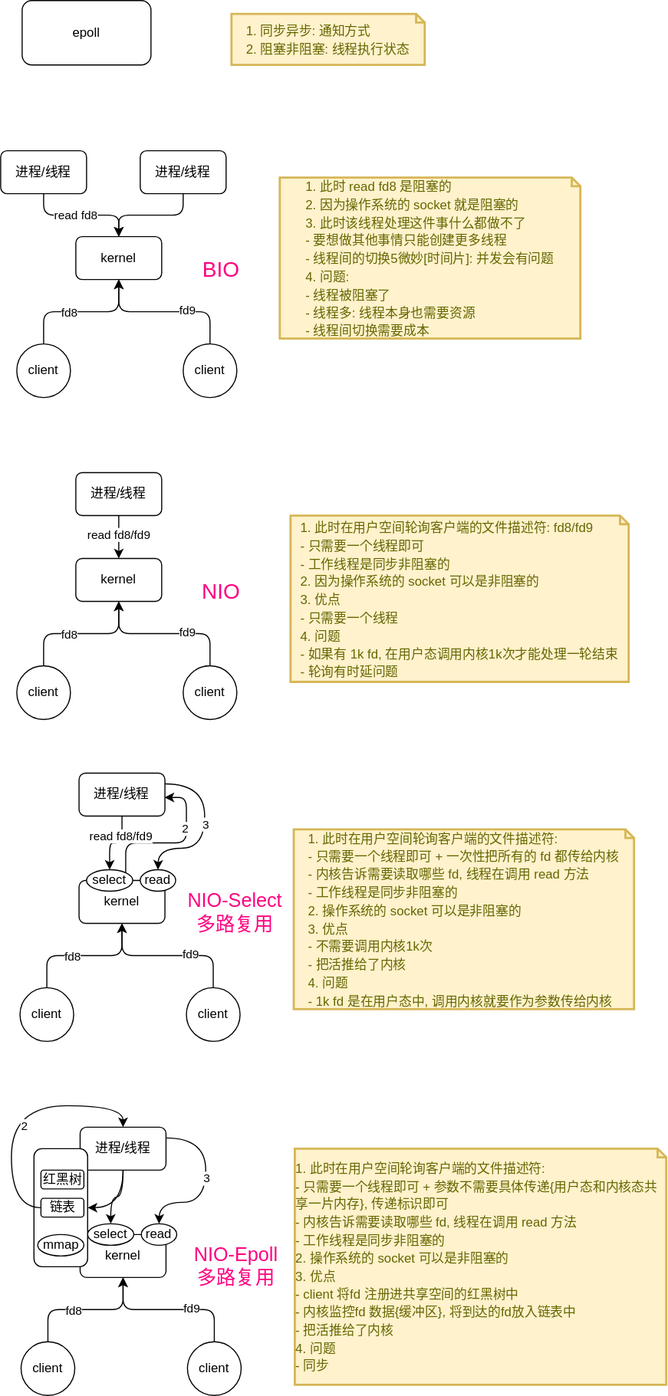
Before: diagrams/common/linux/01.epoll.svg, a diagram exported from draw.io (Alice52/diagrams). Source tidied: cells renumbered, new cells last; positions are measured from the earlier drawing's top-left corner, leaving out a move shared by most shapes.
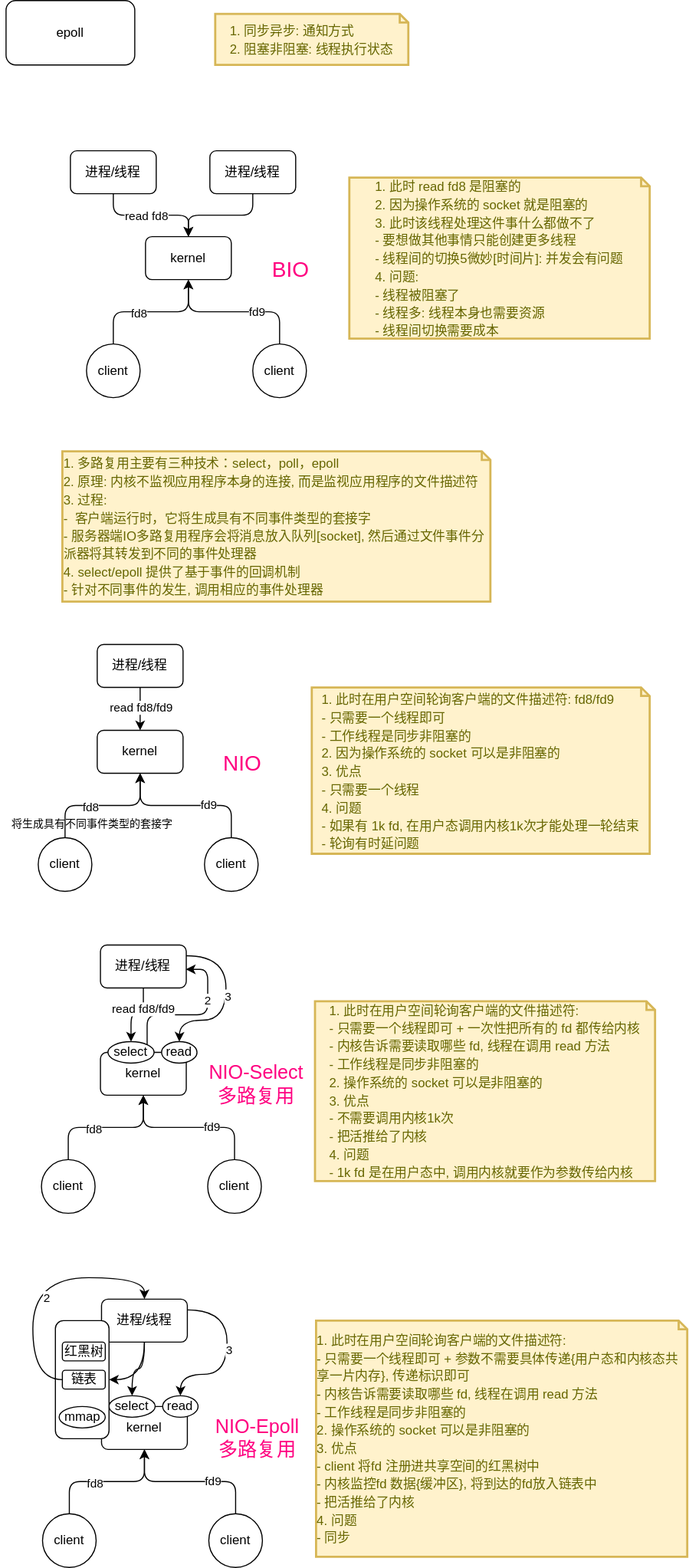
The same file after the commit.

Commit message:
redis: refine epoll & redis duration overview diagram

Change to the diagram source:
```diff
@@ -3,10 +3,10 @@
     <mxCell id="0" />
     <mxCell id="1" parent="0" />
     <mxCell id="2" value="epoll" style="rounded=1;whiteSpace=wrap;html=1;" parent="1" vertex="1">
-      <mxGeometry x="20" width="120" height="60" as="geometry" />
+      <mxGeometry x="-15" y="-160" width="120" height="60" as="geometry" />
     </mxCell>
     <mxCell id="3" style="group;" parent="1" vertex="1">
-      <mxGeometry y="140" width="540" height="230" as="geometry" />
+      <mxGeometry x="45" y="-20" width="540" height="230" as="geometry" />
     </mxCell>
     <mxCell id="4" value="kernel" style="rounded=1;whiteSpace=wrap;html=1;" parent="3" vertex="1">
       <mxGeometry x="70" y="80" width="80" height="40" as="geometry" />
@@ -55,7 +55,7 @@
       <mxGeometry x="260" y="25" width="280" height="150" as="geometry" />
     </mxCell>
     <mxCell id="18" value="&lt;div style=&quot;text-align: left&quot;&gt;&lt;span style=&quot;font-size: 12px&quot;&gt;1. 同步异步: 通知方式&lt;/span&gt;&lt;/div&gt;&lt;div style=&quot;text-align: left&quot;&gt;&lt;span style=&quot;font-size: 12px&quot;&gt;2. 阻塞非阻塞: 线程执行状态&lt;/span&gt;&lt;/div&gt;" style="shape=note;strokeWidth=2;fontSize=14;size=8;whiteSpace=wrap;html=1;fillColor=#fff2cc;strokeColor=#d6b656;fontColor=#666600;" parent="1" vertex="1">
-      <mxGeometry x="215" y="12.5" width="180" height="47.5" as="geometry" />
+      <mxGeometry x="180" y="-147.5" width="180" height="47.5" as="geometry" />
     </mxCell>
     <mxCell id="19" style="group;" parent="1" vertex="1">
       <mxGeometry x="15" y="440" width="575" height="230" as="geometry" />
@@ -100,6 +100,9 @@
     <mxCell id="31" value="&lt;div style=&quot;text-align: left&quot;&gt;&lt;span style=&quot;font-size: 12px&quot;&gt;1. 此时在用户空间轮询客户端的文件描述符: fd8/fd9&lt;/span&gt;&lt;/div&gt;&lt;div style=&quot;text-align: left&quot;&gt;&lt;span style=&quot;font-size: 12px&quot;&gt;&amp;nbsp; &amp;nbsp; - 只需要一个线程即可&lt;/span&gt;&lt;/div&gt;&lt;div style=&quot;text-align: left&quot;&gt;&lt;span style=&quot;font-size: 12px&quot;&gt;&amp;nbsp; &amp;nbsp; - 工作线程是同步非阻塞的&lt;/span&gt;&lt;/div&gt;&lt;div style=&quot;text-align: left&quot;&gt;&lt;span style=&quot;font-size: 12px&quot;&gt;2. 因为操作系统的 socket 可以是非阻塞的&lt;/span&gt;&lt;/div&gt;&lt;div style=&quot;text-align: left&quot;&gt;&lt;span style=&quot;font-size: 12px&quot;&gt;3. 优点&lt;/span&gt;&lt;/div&gt;&lt;div style=&quot;text-align: left&quot;&gt;&lt;span style=&quot;font-size: 12px&quot;&gt;&amp;nbsp; &amp;nbsp; - 只需要一个线程&lt;/span&gt;&lt;/div&gt;&lt;div style=&quot;text-align: left&quot;&gt;&lt;span style=&quot;font-size: 12px&quot;&gt;4. 问题&lt;/span&gt;&lt;/div&gt;&lt;div style=&quot;text-align: left&quot;&gt;&lt;span style=&quot;font-size: 12px&quot;&gt;&amp;nbsp; &amp;nbsp; &amp;nbsp;- 如果有 1k fd, 在用户态调用内核1k次才能处理一轮结束&lt;/span&gt;&lt;/div&gt;&lt;div style=&quot;text-align: left&quot;&gt;&lt;span style=&quot;font-size: 12px&quot;&gt;&amp;nbsp; &amp;nbsp; &amp;nbsp;- 轮询有时延问题&lt;/span&gt;&lt;/div&gt;" style="shape=note;strokeWidth=2;fontSize=14;size=8;whiteSpace=wrap;html=1;fillColor=#fff2cc;strokeColor=#d6b656;fontColor=#666600;" parent="19" vertex="1">
       <mxGeometry x="255" y="40" width="315" height="155" as="geometry" />
     </mxCell>
+    <mxCell id="73" value="&lt;font style=&quot;font-size: 10px&quot;&gt;将生成具有不同事件类型的套接字&lt;/font&gt;" style="text;html=1;align=center;verticalAlign=middle;strokeColor=none;" parent="19" vertex="1">
+      <mxGeometry x="-35" y="157" width="170" height="20" as="geometry" />
+    </mxCell>
     <mxCell id="32" style="group;" parent="1" vertex="1">
       <mxGeometry x="18" y="720" width="572" height="250" as="geometry" />
     </mxCell>
@@ -175,7 +178,7 @@
       <mxGeometry x="74" y="1050" width="80" height="40" as="geometry" />
     </mxCell>
     <mxCell id="54" style="edgeStyle=orthogonalEdgeStyle;rounded=1;jettySize=auto;html=1;exitX=0.5;exitY=0;exitDx=0;exitDy=0;" parent="1" edge="1" source="56" target="51">
-      <mxGeometry x="124" y="1160" as="geometry" />
+      <mxGeometry x="159" y="1320" as="geometry" />
     </mxCell>
     <mxCell id="55" value="fd8" style="edgeLabel;html=1;align=center;verticalAlign=middle;" parent="54" vertex="1">
       <mxGeometry x="-0.18" y="-1" relative="1" as="geometry" />
@@ -184,7 +187,7 @@
       <mxGeometry x="19" y="1250" width="50" height="50" as="geometry" />
     </mxCell>
     <mxCell id="57" style="edgeStyle=orthogonalEdgeStyle;rounded=1;jettySize=auto;html=1;exitX=0.5;exitY=0;exitDx=0;exitDy=0;" parent="1" edge="1" source="59">
-      <mxGeometry x="124" y="1160" as="geometry">
+      <mxGeometry x="159" y="1320" as="geometry">
         <mxPoint x="114" y="1190" as="targetPoint" />
       </mxGeometry>
     </mxCell>
@@ -204,13 +207,13 @@
       <mxGeometry x="81" y="1140" width="43" height="20" as="geometry" />
     </mxCell>
     <mxCell id="63" style="edgeStyle=orthogonalEdgeStyle;jettySize=auto;html=1;entryX=0.5;entryY=0;entryDx=0;entryDy=0;curved=1;" parent="1" edge="1" source="53" target="62">
-      <mxGeometry x="139" y="1140" as="geometry" />
+      <mxGeometry x="174" y="1300" as="geometry" />
     </mxCell>
     <mxCell id="64" value="read" style="ellipse;whiteSpace=wrap;html=1;" parent="1" vertex="1">
       <mxGeometry x="131" y="1140" width="33" height="20" as="geometry" />
     </mxCell>
     <mxCell id="65" style="edgeStyle=orthogonalEdgeStyle;jettySize=auto;html=1;exitX=1;exitY=0.25;exitDx=0;exitDy=0;curved=1;" parent="1" edge="1" source="53" target="64">
-      <mxGeometry x="139" y="1140" as="geometry">
+      <mxGeometry x="174" y="1300" as="geometry">
         <Array as="points">
           <mxPoint x="191" y="1060" />
           <mxPoint x="191" y="1120" />
@@ -245,5 +248,8 @@
     <mxCell id="72" value="链表" style="rounded=1;whiteSpace=wrap;html=1;" parent="1" vertex="1">
       <mxGeometry x="37.5" y="1116.2" width="40" height="17.5" as="geometry" />
     </mxCell>
+    <mxCell id="74" value="&lt;div style=&quot;text-align: left&quot;&gt;&lt;span style=&quot;font-size: 12px&quot;&gt;1. 多路复用主要有三种技术：select，poll，epoll&lt;/span&gt;&lt;br&gt;&lt;/div&gt;&lt;div style=&quot;text-align: left&quot;&gt;&lt;span style=&quot;font-size: 12px&quot;&gt;2. 原理: 内核不监视应用程序本身的连接, 而是监视应用程序的文件描述符&lt;/span&gt;&lt;br&gt;&lt;/div&gt;&lt;div style=&quot;text-align: left&quot;&gt;&lt;span style=&quot;font-size: 12px&quot;&gt;3. 过程:&amp;nbsp;&lt;/span&gt;&lt;/div&gt;&lt;div style=&quot;text-align: left&quot;&gt;&lt;span style=&quot;font-size: 12px&quot;&gt;&amp;nbsp; &amp;nbsp;-&amp;nbsp; 客户端运行时，它将生成具有不同事件类型的套接字&lt;/span&gt;&lt;/div&gt;&lt;div style=&quot;text-align: left&quot;&gt;&lt;span style=&quot;font-size: 12px&quot;&gt;&amp;nbsp; &amp;nbsp;- 服务器端IO多路复用程序会将消息放入队列[socket], 然后通过文件事件分派器将其转发到不同的事件处理器&lt;/span&gt;&lt;/div&gt;&lt;div style=&quot;text-align: left&quot;&gt;&lt;span style=&quot;font-size: 12px&quot;&gt;4.&amp;nbsp;&lt;/span&gt;&lt;span style=&quot;font-size: 12px&quot;&gt;select/epoll 提供了基于事件的回调机制&lt;/span&gt;&lt;/div&gt;&lt;div style=&quot;text-align: left&quot;&gt;&lt;span style=&quot;font-size: 12px&quot;&gt;&amp;nbsp; &amp;nbsp;- 针对不同事件的发生, 调用相应的事件处理器&lt;/span&gt;&lt;/div&gt;" style="shape=note;strokeWidth=2;fontSize=14;size=8;whiteSpace=wrap;html=1;fillColor=#fff2cc;strokeColor=#d6b656;fontColor=#666600;" parent="1" vertex="1">
+      <mxGeometry x="37.5" y="260" width="399" height="140" as="geometry" />
+    </mxCell>
   </root>
 </mxGraphModel>
```
